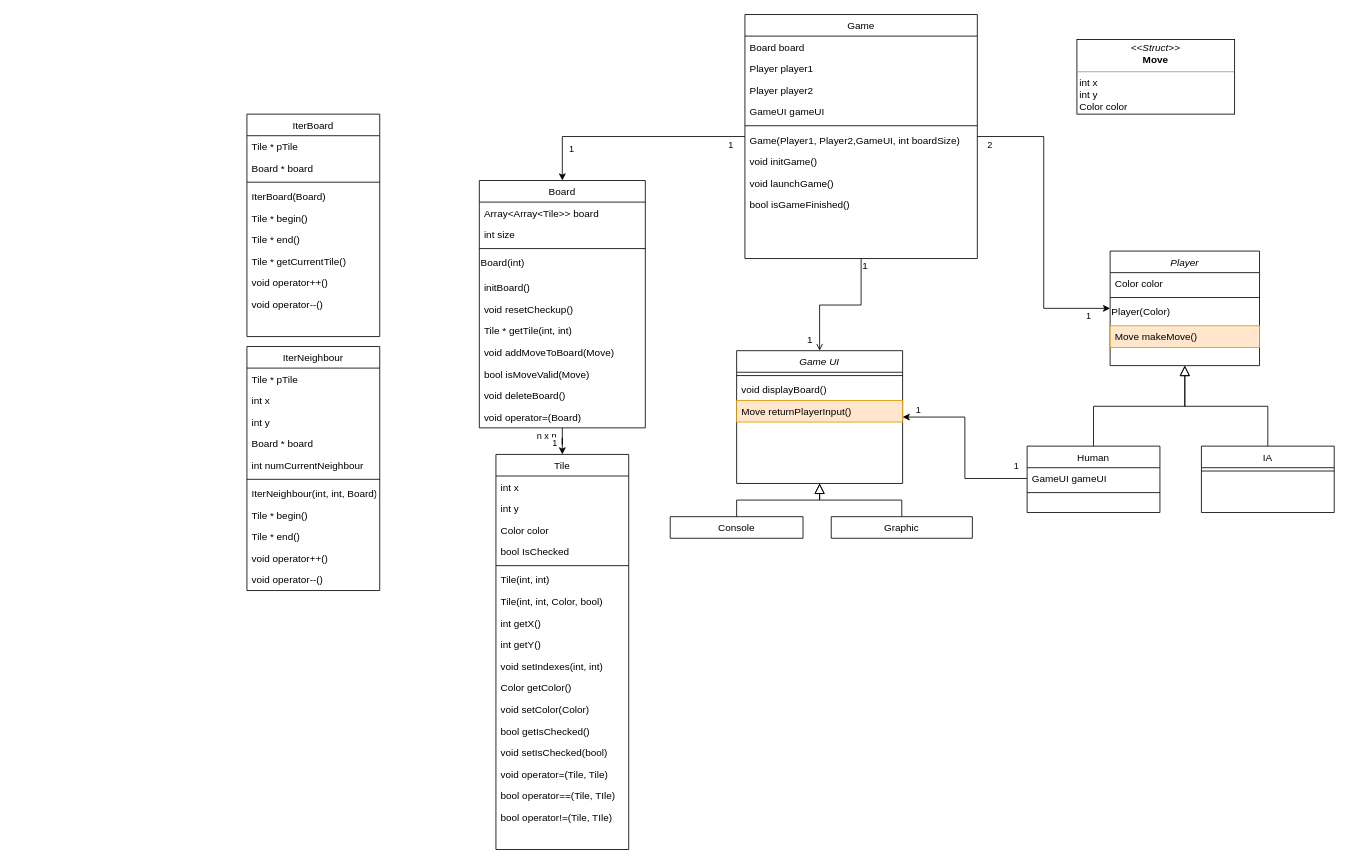
Above: doc/UMLdiagram.drawio in leduqueadrien/Hex (draw.io), before the change. Source tidied: cells renumbered, new cells numbered last; positions are measured from the earlier drawing's top-left corner, leaving out a move shared by most shapes. Both pictures are drawn from the tidied source at 83%, with x=0, y=0 at pixel (247, 14).
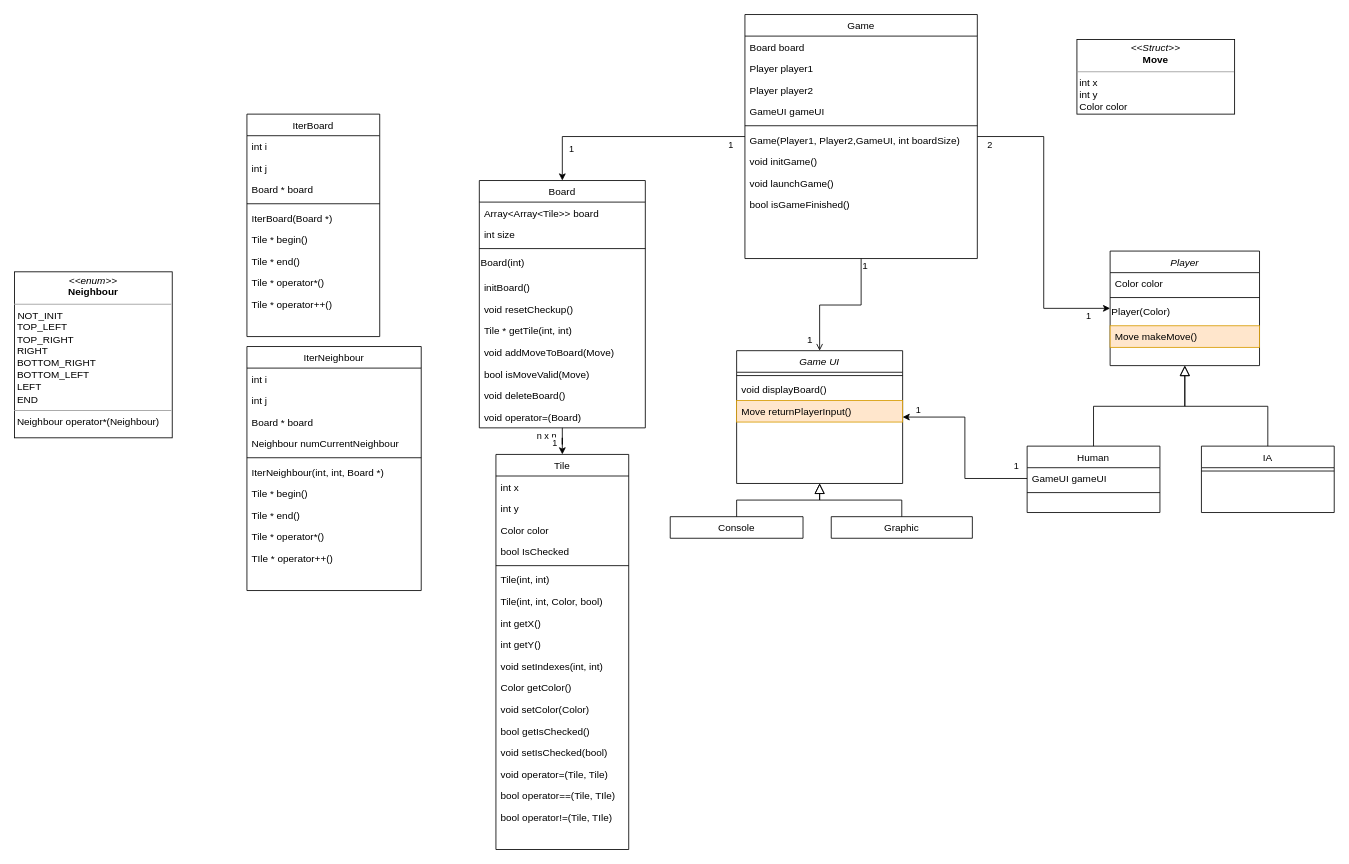
The same diagram, later.

Commit message:
ajout enumeration Neighbour et modification des iterateurs

Unchanged cells that the change refers to:
```xml
<mxCell id="76" value="IterBoard" style="swimlane;fontStyle=0;align=center;verticalAlign=top;horizontal=1;startSize=26;rounded=0;shadow=0;strokeWidth=1;" parent="1" vertex="1">
  <mxGeometry y="120" width="160" height="268" as="geometry" />
</mxCell>
```

Diff of the diagram source:
```diff
@@
-    <mxCell id="77" value="Tile * pTile" style="text;align=left;verticalAlign=top;spacingLeft=4;spacingRight=4;overflow=hidden;" parent="76" vertex="1">
+    <mxCell id="77" value="int i" style="text;align=left;verticalAlign=top;spacingLeft=4;spacingRight=4;overflow=hidden;" parent="76" vertex="1">
       <mxGeometry y="26" width="160" height="26" as="geometry" />
     </mxCell>
+    <mxCell id="99" value="int j" style="text;align=left;verticalAlign=top;spacingLeft=4;spacingRight=4;overflow=hidden;" parent="76" vertex="1">
+      <mxGeometry y="52" width="160" height="26" as="geometry" />
+    </mxCell>
     <mxCell id="78" value="Board * board" style="text;align=left;verticalAlign=top;spacingLeft=4;spacingRight=4;overflow=hidden;" parent="76" vertex="1">
-      <mxGeometry y="52" width="160" height="26" as="geometry" />
+      <mxGeometry y="78" width="160" height="26" as="geometry" />
     </mxCell>
     <mxCell id="79" style="line;html=1;strokeWidth=1;align=left;verticalAlign=middle;spacingTop=-1;spacingLeft=3;spacingRight=3;labelPosition=right;" parent="76" vertex="1">
-      <mxGeometry y="78" width="160" height="8" as="geometry" />
+      <mxGeometry y="104" width="160" height="8" as="geometry" />
     </mxCell>
-    <mxCell id="80" value="IterBoard(Board)" style="text;align=left;verticalAlign=top;spacingLeft=4;spacingRight=4;overflow=hidden;" parent="76" vertex="1">
-      <mxGeometry y="86" width="160" height="26" as="geometry" />
+    <mxCell id="80" value="IterBoard(Board *)" style="text;align=left;verticalAlign=top;spacingLeft=4;spacingRight=4;overflow=hidden;" parent="76" vertex="1">
+      <mxGeometry y="112" width="160" height="26" as="geometry" />
     </mxCell>
     <mxCell id="81" value="Tile * begin()" style="text;align=left;verticalAlign=top;spacingLeft=4;spacingRight=4;overflow=hidden;" parent="76" vertex="1">
-      <mxGeometry y="112" width="160" height="26" as="geometry" />
+      <mxGeometry y="138" width="160" height="26" as="geometry" />
     </mxCell>
     <mxCell id="82" value="Tile * end()" style="text;align=left;verticalAlign=top;spacingLeft=4;spacingRight=4;overflow=hidden;" parent="76" vertex="1">
-      <mxGeometry y="138" width="160" height="26" as="geometry" />
+      <mxGeometry y="164" width="160" height="26" as="geometry" />
     </mxCell>
-    <mxCell id="83" value="Tile * getCurrentTile()" style="text;align=left;verticalAlign=top;spacingLeft=4;spacingRight=4;overflow=hidden;" parent="76" vertex="1">
-      <mxGeometry y="164" width="160" height="26" as="geometry" />
+    <mxCell id="83" value="Tile * operator*()" style="text;align=left;verticalAlign=top;spacingLeft=4;spacingRight=4;overflow=hidden;" parent="76" vertex="1">
+      <mxGeometry y="190" width="160" height="26" as="geometry" />
     </mxCell>
-    <mxCell id="84" value="void operator++()" style="text;align=left;verticalAlign=top;spacingLeft=4;spacingRight=4;overflow=hidden;" parent="76" vertex="1">
-      <mxGeometry y="190" width="160" height="26" as="geometry" />
+    <mxCell id="84" value="Tile * operator++()" style="text;align=left;verticalAlign=top;spacingLeft=4;spacingRight=4;overflow=hidden;" parent="76" vertex="1">
+      <mxGeometry y="216" width="160" height="26" as="geometry" />
     </mxCell>
-    <mxCell id="85" value="void operator--()" style="text;align=left;verticalAlign=top;spacingLeft=4;spacingRight=4;overflow=hidden;" parent="76" vertex="1">
-      <mxGeometry y="216" width="160" height="26" as="geometry" />
-    </mxCell>
@@
     <mxCell id="87" value="IterNeighbour" style="swimlane;fontStyle=0;align=center;verticalAlign=top;horizontal=1;startSize=26;rounded=0;shadow=0;strokeWidth=1;" parent="1" vertex="1">
-      <mxGeometry y="400" width="160" height="294" as="geometry" />
+      <mxGeometry y="400" width="210" height="294" as="geometry" />
     </mxCell>
-    <mxCell id="88" value="Tile * pTile" style="text;align=left;verticalAlign=top;spacingLeft=4;spacingRight=4;overflow=hidden;" parent="87" vertex="1">
-      <mxGeometry y="26" width="160" height="26" as="geometry" />
-    </mxCell>
-    <mxCell id="89" value="int x" style="text;align=left;verticalAlign=top;spacingLeft=4;spacingRight=4;overflow=hidden;" parent="87" vertex="1">
-      <mxGeometry y="52" width="160" height="26" as="geometry" />
+    <mxCell id="89" value="int i" style="text;align=left;verticalAlign=top;spacingLeft=4;spacingRight=4;overflow=hidden;" parent="87" vertex="1">
+      <mxGeometry y="26" width="210" height="26" as="geometry" />
     </mxCell>
-    <mxCell id="90" value="int y" style="text;align=left;verticalAlign=top;spacingLeft=4;spacingRight=4;overflow=hidden;rotation=0;" parent="87" vertex="1">
-      <mxGeometry y="78" width="160" height="26" as="geometry" />
+    <mxCell id="90" value="int j" style="text;align=left;verticalAlign=top;spacingLeft=4;spacingRight=4;overflow=hidden;rotation=0;" parent="87" vertex="1">
+      <mxGeometry y="52" width="210" height="26" as="geometry" />
     </mxCell>
     <mxCell id="91" value="Board * board" style="text;align=left;verticalAlign=top;spacingLeft=4;spacingRight=4;overflow=hidden;" parent="87" vertex="1">
-      <mxGeometry y="104" width="160" height="26" as="geometry" />
+      <mxGeometry y="78" width="210" height="26" as="geometry" />
     </mxCell>
-    <mxCell id="92" value="int numCurrentNeighbour" style="text;align=left;verticalAlign=top;spacingLeft=4;spacingRight=4;overflow=hidden;rotation=0;" parent="87" vertex="1">
-      <mxGeometry y="130" width="160" height="26" as="geometry" />
+    <mxCell id="92" value="Neighbour numCurrentNeighbour" style="text;align=left;verticalAlign=top;spacingLeft=4;spacingRight=4;overflow=hidden;rotation=0;" parent="87" vertex="1">
+      <mxGeometry y="104" width="210" height="26" as="geometry" />
     </mxCell>
     <mxCell id="93" style="line;html=1;strokeWidth=1;align=left;verticalAlign=middle;spacingTop=-1;spacingLeft=3;spacingRight=3;labelPosition=right;" parent="87" vertex="1">
-      <mxGeometry y="156" width="160" height="8" as="geometry" />
+      <mxGeometry y="130" width="210" height="8" as="geometry" />
     </mxCell>
-    <mxCell id="94" value="IterNeighbour(int, int, Board)" style="text;align=left;verticalAlign=top;spacingLeft=4;spacingRight=4;overflow=hidden;" parent="87" vertex="1">
-      <mxGeometry y="164" width="160" height="26" as="geometry" />
+    <mxCell id="94" value="IterNeighbour(int, int, Board *)" style="text;align=left;verticalAlign=top;spacingLeft=4;spacingRight=4;overflow=hidden;" parent="87" vertex="1">
+      <mxGeometry y="138" width="210" height="26" as="geometry" />
     </mxCell>
     <mxCell id="95" value="Tile * begin()" style="text;align=left;verticalAlign=top;spacingLeft=4;spacingRight=4;overflow=hidden;" parent="87" vertex="1">
-      <mxGeometry y="190" width="160" height="26" as="geometry" />
+      <mxGeometry y="164" width="210" height="26" as="geometry" />
     </mxCell>
     <mxCell id="96" value="Tile * end()" style="text;align=left;verticalAlign=top;spacingLeft=4;spacingRight=4;overflow=hidden;" parent="87" vertex="1">
-      <mxGeometry y="216" width="160" height="26" as="geometry" />
+      <mxGeometry y="190" width="210" height="26" as="geometry" />
     </mxCell>
+    <mxCell id="100" value="Tile * operator*()" style="text;align=left;verticalAlign=top;spacingLeft=4;spacingRight=4;overflow=hidden;" parent="87" vertex="1">
+      <mxGeometry y="216" width="210" height="26" as="geometry" />
+    </mxCell>
-    <mxCell id="97" value="void operator++()" style="text;align=left;verticalAlign=top;spacingLeft=4;spacingRight=4;overflow=hidden;" parent="87" vertex="1">
-      <mxGeometry y="242" width="160" height="26" as="geometry" />
+    <mxCell id="97" value="TIle * operator++()" style="text;align=left;verticalAlign=top;spacingLeft=4;spacingRight=4;overflow=hidden;" parent="87" vertex="1">
+      <mxGeometry y="242" width="210" height="26" as="geometry" />
     </mxCell>
-    <mxCell id="98" value="void operator--()" style="text;align=left;verticalAlign=top;spacingLeft=4;spacingRight=4;overflow=hidden;" parent="87" vertex="1">
-      <mxGeometry y="268" width="160" height="26" as="geometry" />
-    </mxCell>
+    <mxCell id="101" value="&lt;p style=&quot;margin: 0px ; margin-top: 4px ; text-align: center&quot;&gt;&lt;i&gt;&amp;lt;&amp;lt;enum&amp;gt;&amp;gt;&lt;/i&gt;&lt;br&gt;&lt;b&gt;Neighbour&lt;/b&gt;&lt;/p&gt;&lt;hr size=&quot;1&quot;&gt;&lt;p style=&quot;margin: 0px ; margin-left: 4px&quot;&gt;NOT_INIT&lt;/p&gt;&lt;div&gt;&amp;nbsp;TOP_LEFT&lt;/div&gt;&lt;div&gt;&amp;nbsp;TOP_RIGHT&lt;/div&gt;&lt;div&gt;&amp;nbsp;RIGHT&lt;/div&gt;&lt;div&gt;&amp;nbsp;BOTTOM_RIGHT&lt;/div&gt;&lt;div&gt;&amp;nbsp;BOTTOM_LEFT&lt;/div&gt;&lt;div&gt;&amp;nbsp;LEFT&lt;/div&gt;&lt;div&gt;&amp;nbsp;END&lt;/div&gt;&lt;hr size=&quot;1&quot;&gt;&lt;div&gt;&amp;nbsp;Neighbour operator*(Neighbour)&lt;br&gt;&lt;/div&gt;" style="verticalAlign=top;align=left;overflow=fill;fontSize=12;fontFamily=Helvetica;html=1;" parent="1" vertex="1">
+      <mxGeometry x="-280" y="310" width="190" height="200" as="geometry" />
+    </mxCell>
```
